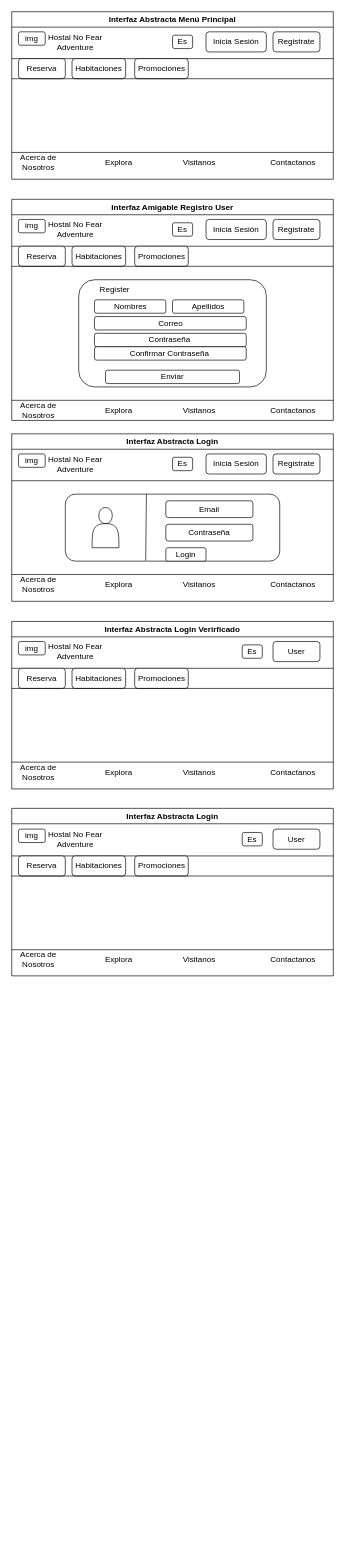
Joel4670/prueba1 keeps this draw.io diagram as Abstract.drawio. Above is the earlier version. Source tidied: cells renumbered, new cells numbered last; positions are measured from the earlier drawing's top-left corner, leaving out a move shared by most shapes. Both pictures are drawn from the tidied source at 67%, with x=0, y=0 at pixel (11, 11).
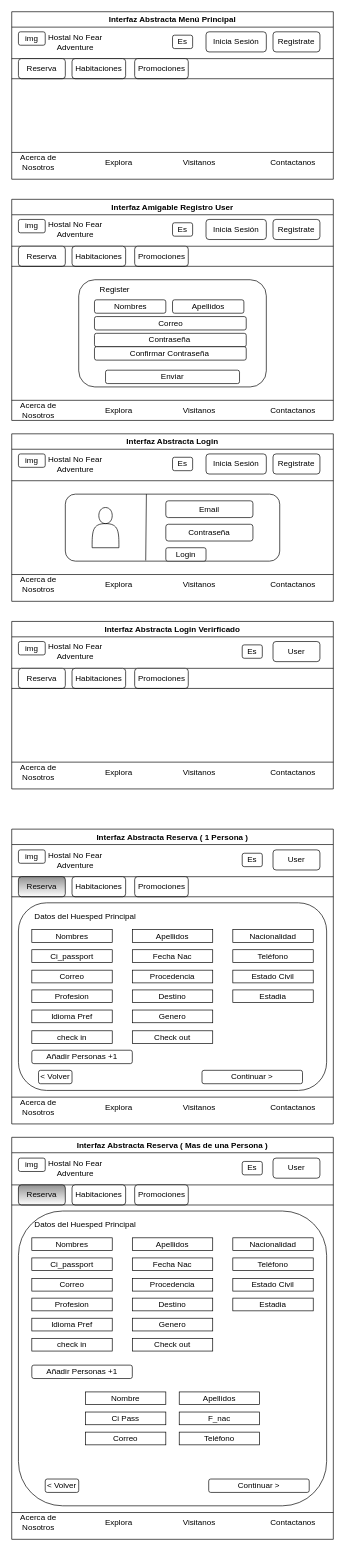
After the change.

What changed in the source:
```diff
@@
-    <mxCell id="51" value="Interfaz Abstracta Login" style="swimlane;whiteSpace=wrap;html=1;" parent="1" vertex="1">
-      <mxGeometry y="1189" width="480" height="250" as="geometry" />
+    <mxCell id="51" value="Interfaz Abstracta Reserva ( 1 Persona )" style="swimlane;whiteSpace=wrap;html=1;" parent="1" vertex="1">
+      <mxGeometry y="1220" width="480" height="440" as="geometry" />
     </mxCell>
-    <mxCell id="52" value="Acerca de Nosotros" style="text;html=1;align=center;verticalAlign=middle;whiteSpace=wrap;rounded=0;" parent="51" vertex="1">
-      <mxGeometry x="10" y="211" width="60" height="30" as="geometry" />
-    </mxCell>
-    <mxCell id="53" value="Explora" style="text;html=1;align=center;verticalAlign=middle;whiteSpace=wrap;rounded=0;" parent="51" vertex="1">
-      <mxGeometry x="130" y="211" width="60" height="30" as="geometry" />
-    </mxCell>
-    <mxCell id="54" value="Visitanos" style="text;html=1;align=center;verticalAlign=middle;whiteSpace=wrap;rounded=0;" parent="51" vertex="1">
-      <mxGeometry x="250" y="211" width="60" height="30" as="geometry" />
-    </mxCell>
-    <mxCell id="55" value="Contactanos" style="text;html=1;align=center;verticalAlign=middle;whiteSpace=wrap;rounded=0;" parent="51" vertex="1">
-      <mxGeometry x="390" y="211" width="60" height="30" as="geometry" />
-    </mxCell>
@@
-    <mxCell id="61" value="Reserva" style="rounded=1;whiteSpace=wrap;html=1;" parent="51" vertex="1">
+    <mxCell id="61" value="Reserva" style="rounded=1;whiteSpace=wrap;html=1;gradientColor=#929292;gradientDirection=north;" parent="51" vertex="1">
       <mxGeometry x="10" y="71" width="70" height="30" as="geometry" />
     </mxCell>
@@
+    <mxCell id="65" style="endArrow=none;html=1;rounded=0;" parent="51" edge="1">
+      <mxGeometry relative="1" as="geometry">
+        <mxPoint y="101" as="sourcePoint" />
+        <mxPoint x="480" y="101" as="targetPoint" />
+      </mxGeometry>
+    </mxCell>
+    <mxCell id="90" style="rounded=1;whiteSpace=wrap;html=1;" parent="51" vertex="1">
+      <mxGeometry x="10" y="110" width="460" height="280" as="geometry" />
+    </mxCell>
+    <mxCell id="91" value="Datos del Huesped Principal" style="text;html=1;align=center;verticalAlign=middle;whiteSpace=wrap;rounded=0;" parent="51" vertex="1">
+      <mxGeometry x="20" y="120" width="180" height="19" as="geometry" />
+    </mxCell>
+    <mxCell id="92" value="Nombres" style="rounded=0;whiteSpace=wrap;html=1;" parent="51" vertex="1">
+      <mxGeometry x="30" y="150" width="120" height="19" as="geometry" />
+    </mxCell>
+    <mxCell id="93" value="Apellidos" style="rounded=0;whiteSpace=wrap;html=1;" parent="51" vertex="1">
+      <mxGeometry x="180" y="150" width="120" height="19" as="geometry" />
+    </mxCell>
+    <mxCell id="94" value="Nacionalidad" style="rounded=0;whiteSpace=wrap;html=1;" parent="51" vertex="1">
+      <mxGeometry x="330" y="150" width="120" height="19" as="geometry" />
+    </mxCell>
+    <mxCell id="95" value="Ci_passport" style="rounded=0;whiteSpace=wrap;html=1;" parent="51" vertex="1">
+      <mxGeometry x="30" y="180" width="120" height="19" as="geometry" />
+    </mxCell>
+    <mxCell id="96" value="Fecha Nac" style="rounded=0;whiteSpace=wrap;html=1;" parent="51" vertex="1">
+      <mxGeometry x="180" y="180" width="120" height="19" as="geometry" />
+    </mxCell>
+    <mxCell id="97" value="Teléfono" style="rounded=0;whiteSpace=wrap;html=1;" parent="51" vertex="1">
+      <mxGeometry x="330" y="180" width="120" height="19" as="geometry" />
+    </mxCell>
+    <mxCell id="98" value="Correo" style="rounded=0;whiteSpace=wrap;html=1;" parent="51" vertex="1">
+      <mxGeometry x="30" y="210.5" width="120" height="19" as="geometry" />
+    </mxCell>
+    <mxCell id="99" value="Procedencia" style="rounded=0;whiteSpace=wrap;html=1;" parent="51" vertex="1">
+      <mxGeometry x="180" y="210.5" width="120" height="19" as="geometry" />
+    </mxCell>
+    <mxCell id="100" value="Estado Civil" style="rounded=0;whiteSpace=wrap;html=1;" parent="51" vertex="1">
+      <mxGeometry x="330" y="210.5" width="120" height="19" as="geometry" />
+    </mxCell>
+    <mxCell id="101" value="Profesion" style="rounded=0;whiteSpace=wrap;html=1;" parent="51" vertex="1">
+      <mxGeometry x="30" y="240" width="120" height="19" as="geometry" />
+    </mxCell>
+    <mxCell id="102" value="Destino" style="rounded=0;whiteSpace=wrap;html=1;" parent="51" vertex="1">
+      <mxGeometry x="180" y="240" width="120" height="19" as="geometry" />
+    </mxCell>
+    <mxCell id="103" value="Estadi&lt;span style=&quot;white-space: pre;&quot;&gt;a&lt;/span&gt;" style="rounded=0;whiteSpace=wrap;html=1;" parent="51" vertex="1">
+      <mxGeometry x="330" y="240" width="120" height="19" as="geometry" />
+    </mxCell>
+    <mxCell id="104" value="Idioma Pref" style="rounded=0;whiteSpace=wrap;html=1;" parent="51" vertex="1">
+      <mxGeometry x="30" y="270" width="120" height="19" as="geometry" />
+    </mxCell>
+    <mxCell id="105" value="Genero" style="rounded=0;whiteSpace=wrap;html=1;" parent="51" vertex="1">
+      <mxGeometry x="180" y="270" width="120" height="19" as="geometry" />
+    </mxCell>
+    <mxCell id="106" value="&amp;lt; Volver" style="rounded=1;whiteSpace=wrap;html=1;" parent="51" vertex="1">
+      <mxGeometry x="40" y="360" width="50" height="20" as="geometry" />
+    </mxCell>
+    <mxCell id="107" value="Añadir Personas +1" style="rounded=1;whiteSpace=wrap;html=1;" parent="51" vertex="1">
+      <mxGeometry x="30" y="330" width="150" height="20" as="geometry" />
+    </mxCell>
+    <mxCell id="108" value="Continuar &amp;gt;" style="rounded=1;whiteSpace=wrap;html=1;" parent="51" vertex="1">
+      <mxGeometry x="284" y="360" width="150" height="20" as="geometry" />
+    </mxCell>
+    <mxCell id="53" value="Explora" style="text;html=1;align=center;verticalAlign=middle;whiteSpace=wrap;rounded=0;" parent="51" vertex="1">
+      <mxGeometry x="130" y="400" width="60" height="30" as="geometry" />
+    </mxCell>
+    <mxCell id="54" value="Visitanos" style="text;html=1;align=center;verticalAlign=middle;whiteSpace=wrap;rounded=0;" parent="51" vertex="1">
+      <mxGeometry x="250" y="400" width="60" height="30" as="geometry" />
+    </mxCell>
+    <mxCell id="55" value="Contactanos" style="text;html=1;align=center;verticalAlign=middle;whiteSpace=wrap;rounded=0;" parent="51" vertex="1">
+      <mxGeometry x="390" y="400" width="60" height="30" as="geometry" />
+    </mxCell>
+    <mxCell id="52" value="Acerca de Nosotros" style="text;html=1;align=center;verticalAlign=middle;whiteSpace=wrap;rounded=0;" parent="51" vertex="1">
+      <mxGeometry x="10" y="400" width="60" height="30" as="geometry" />
+    </mxCell>
     <mxCell id="64" style="endArrow=none;html=1;rounded=0;" parent="51" edge="1">
       <mxGeometry relative="1" as="geometry">
-        <mxPoint y="211" as="sourcePoint" />
-        <mxPoint x="480" y="211" as="targetPoint" />
+        <mxPoint y="400" as="sourcePoint" />
+        <mxPoint x="480" y="400" as="targetPoint" />
       </mxGeometry>
     </mxCell>
-    <mxCell id="65" style="endArrow=none;html=1;rounded=0;" parent="51" edge="1">
-      <mxGeometry relative="1" as="geometry">
-        <mxPoint y="101" as="sourcePoint" />
-        <mxPoint x="480" y="101" as="targetPoint" />
-      </mxGeometry>
-    </mxCell>
+    <mxCell id="109" value="check in" style="rounded=0;whiteSpace=wrap;html=1;" parent="51" vertex="1">
+      <mxGeometry x="30" y="301" width="120" height="19" as="geometry" />
+    </mxCell>
+    <mxCell id="110" value="Check out" style="rounded=0;whiteSpace=wrap;html=1;" parent="51" vertex="1">
+      <mxGeometry x="180" y="301" width="120" height="19" as="geometry" />
+    </mxCell>
@@
+    <mxCell id="111" value="Interfaz Abstracta Reserva ( Mas de una Persona )" style="swimlane;whiteSpace=wrap;html=1;" parent="1" vertex="1">
+      <mxGeometry y="1680" width="480" height="600" as="geometry" />
+    </mxCell>
+    <mxCell id="112" value="Hostal No Fear Adventure" style="text;html=1;align=center;verticalAlign=middle;whiteSpace=wrap;rounded=0;" parent="111" vertex="1">
+      <mxGeometry x="40" y="31" width="110" height="30" as="geometry" />
+    </mxCell>
+    <mxCell id="113" value="img" style="rounded=1;whiteSpace=wrap;html=1;" parent="111" vertex="1">
+      <mxGeometry x="10" y="31" width="40" height="20" as="geometry" />
+    </mxCell>
+    <mxCell id="114" value="Es" style="rounded=1;whiteSpace=wrap;html=1;" parent="111" vertex="1">
+      <mxGeometry x="344" y="36" width="30" height="20" as="geometry" />
+    </mxCell>
+    <mxCell id="115" value="User" style="rounded=1;whiteSpace=wrap;html=1;" parent="111" vertex="1">
+      <mxGeometry x="390" y="31" width="70" height="30" as="geometry" />
+    </mxCell>
+    <mxCell id="116" style="endArrow=none;html=1;rounded=0;" parent="111" edge="1">
+      <mxGeometry relative="1" as="geometry">
+        <mxPoint y="71" as="sourcePoint" />
+        <mxPoint x="480" y="71" as="targetPoint" />
+      </mxGeometry>
+    </mxCell>
+    <mxCell id="117" value="Reserva" style="rounded=1;whiteSpace=wrap;html=1;gradientColor=#929292;gradientDirection=north;" parent="111" vertex="1">
+      <mxGeometry x="10" y="71" width="70" height="30" as="geometry" />
+    </mxCell>
+    <mxCell id="118" value="Habitaciones" style="rounded=1;whiteSpace=wrap;html=1;" parent="111" vertex="1">
+      <mxGeometry x="90" y="71" width="80" height="30" as="geometry" />
+    </mxCell>
+    <mxCell id="119" value="Promociones" style="rounded=1;whiteSpace=wrap;html=1;" parent="111" vertex="1">
+      <mxGeometry x="183.5" y="71" width="80" height="30" as="geometry" />
+    </mxCell>
+    <mxCell id="120" style="endArrow=none;html=1;rounded=0;" parent="111" edge="1">
+      <mxGeometry relative="1" as="geometry">
+        <mxPoint y="101" as="sourcePoint" />
+        <mxPoint x="480" y="101" as="targetPoint" />
+      </mxGeometry>
+    </mxCell>
+    <mxCell id="121" style="rounded=1;whiteSpace=wrap;html=1;" parent="111" vertex="1">
+      <mxGeometry x="10" y="110" width="460" height="440" as="geometry" />
+    </mxCell>
+    <mxCell id="122" value="Datos del Huesped Principal" style="text;html=1;align=center;verticalAlign=middle;whiteSpace=wrap;rounded=0;" parent="111" vertex="1">
+      <mxGeometry x="20" y="120" width="180" height="19" as="geometry" />
+    </mxCell>
+    <mxCell id="123" value="Nombres" style="rounded=0;whiteSpace=wrap;html=1;" parent="111" vertex="1">
+      <mxGeometry x="30" y="150" width="120" height="19" as="geometry" />
+    </mxCell>
+    <mxCell id="124" value="Apellidos" style="rounded=0;whiteSpace=wrap;html=1;" parent="111" vertex="1">
+      <mxGeometry x="180" y="150" width="120" height="19" as="geometry" />
+    </mxCell>
+    <mxCell id="125" value="Nacionalidad" style="rounded=0;whiteSpace=wrap;html=1;" parent="111" vertex="1">
+      <mxGeometry x="330" y="150" width="120" height="19" as="geometry" />
+    </mxCell>
+    <mxCell id="126" value="Ci_passport" style="rounded=0;whiteSpace=wrap;html=1;" parent="111" vertex="1">
+      <mxGeometry x="30" y="180" width="120" height="19" as="geometry" />
+    </mxCell>
+    <mxCell id="127" value="Fecha Nac" style="rounded=0;whiteSpace=wrap;html=1;" parent="111" vertex="1">
+      <mxGeometry x="180" y="180" width="120" height="19" as="geometry" />
+    </mxCell>
+    <mxCell id="128" value="Teléfono" style="rounded=0;whiteSpace=wrap;html=1;" parent="111" vertex="1">
+      <mxGeometry x="330" y="180" width="120" height="19" as="geometry" />
+    </mxCell>
+    <mxCell id="129" value="Correo" style="rounded=0;whiteSpace=wrap;html=1;" parent="111" vertex="1">
+      <mxGeometry x="30" y="210.5" width="120" height="19" as="geometry" />
+    </mxCell>
+    <mxCell id="130" value="Procedencia" style="rounded=0;whiteSpace=wrap;html=1;" parent="111" vertex="1">
+      <mxGeometry x="180" y="210.5" width="120" height="19" as="geometry" />
+    </mxCell>
+    <mxCell id="131" value="Estado Civil" style="rounded=0;whiteSpace=wrap;html=1;" parent="111" vertex="1">
+      <mxGeometry x="330" y="210.5" width="120" height="19" as="geometry" />
+    </mxCell>
+    <mxCell id="132" value="Profesion" style="rounded=0;whiteSpace=wrap;html=1;" parent="111" vertex="1">
+      <mxGeometry x="30" y="240" width="120" height="19" as="geometry" />
+    </mxCell>
+    <mxCell id="133" value="Destino" style="rounded=0;whiteSpace=wrap;html=1;" parent="111" vertex="1">
+      <mxGeometry x="180" y="240" width="120" height="19" as="geometry" />
+    </mxCell>
+    <mxCell id="134" value="Estadi&lt;span style=&quot;white-space: pre;&quot;&gt;a&lt;/span&gt;" style="rounded=0;whiteSpace=wrap;html=1;" parent="111" vertex="1">
+      <mxGeometry x="330" y="240" width="120" height="19" as="geometry" />
+    </mxCell>
+    <mxCell id="135" value="Idioma Pref" style="rounded=0;whiteSpace=wrap;html=1;" parent="111" vertex="1">
+      <mxGeometry x="30" y="270" width="120" height="19" as="geometry" />
+    </mxCell>
+    <mxCell id="136" value="Genero" style="rounded=0;whiteSpace=wrap;html=1;" parent="111" vertex="1">
+      <mxGeometry x="180" y="270" width="120" height="19" as="geometry" />
+    </mxCell>
+    <mxCell id="137" value="&amp;lt; Volver" style="rounded=1;whiteSpace=wrap;html=1;" parent="111" vertex="1">
+      <mxGeometry x="50" y="510" width="50" height="20" as="geometry" />
+    </mxCell>
+    <mxCell id="138" value="Añadir Personas +1" style="rounded=1;whiteSpace=wrap;html=1;" parent="111" vertex="1">
+      <mxGeometry x="30" y="340" width="150" height="20" as="geometry" />
+    </mxCell>
+    <mxCell id="139" value="Continuar &amp;gt;" style="rounded=1;whiteSpace=wrap;html=1;" parent="111" vertex="1">
+      <mxGeometry x="294" y="510" width="150" height="20" as="geometry" />
+    </mxCell>
+    <mxCell id="140" value="Explora" style="text;html=1;align=center;verticalAlign=middle;whiteSpace=wrap;rounded=0;" parent="111" vertex="1">
+      <mxGeometry x="130" y="560" width="60" height="30" as="geometry" />
+    </mxCell>
+    <mxCell id="141" value="Visitanos" style="text;html=1;align=center;verticalAlign=middle;whiteSpace=wrap;rounded=0;" parent="111" vertex="1">
+      <mxGeometry x="250" y="560" width="60" height="30" as="geometry" />
+    </mxCell>
+    <mxCell id="142" value="Contactanos" style="text;html=1;align=center;verticalAlign=middle;whiteSpace=wrap;rounded=0;" parent="111" vertex="1">
+      <mxGeometry x="390" y="560" width="60" height="30" as="geometry" />
+    </mxCell>
+    <mxCell id="143" value="Acerca de Nosotros" style="text;html=1;align=center;verticalAlign=middle;whiteSpace=wrap;rounded=0;" parent="111" vertex="1">
+      <mxGeometry x="10" y="560" width="60" height="30" as="geometry" />
+    </mxCell>
+    <mxCell id="144" style="endArrow=none;html=1;rounded=0;" parent="111" edge="1">
+      <mxGeometry relative="1" as="geometry">
+        <mxPoint y="560" as="sourcePoint" />
+        <mxPoint x="480" y="560" as="targetPoint" />
+      </mxGeometry>
+    </mxCell>
+    <mxCell id="145" value="check in" style="rounded=0;whiteSpace=wrap;html=1;" parent="111" vertex="1">
+      <mxGeometry x="30" y="300" width="120" height="19" as="geometry" />
+    </mxCell>
+    <mxCell id="146" value="Check out" style="rounded=0;whiteSpace=wrap;html=1;" parent="111" vertex="1">
+      <mxGeometry x="180" y="300" width="120" height="19" as="geometry" />
+    </mxCell>
+    <mxCell id="147" value="Nombre" style="rounded=0;whiteSpace=wrap;html=1;" parent="111" vertex="1">
+      <mxGeometry x="110" y="380" width="120" height="19" as="geometry" />
+    </mxCell>
+    <mxCell id="148" value="Apellidos" style="rounded=0;whiteSpace=wrap;html=1;" parent="111" vertex="1">
+      <mxGeometry x="250" y="380" width="120" height="19" as="geometry" />
+    </mxCell>
+    <mxCell id="149" value="Ci Pass" style="rounded=0;whiteSpace=wrap;html=1;" parent="111" vertex="1">
+      <mxGeometry x="110" y="410" width="120" height="19" as="geometry" />
+    </mxCell>
+    <mxCell id="150" value="F_nac" style="rounded=0;whiteSpace=wrap;html=1;" parent="111" vertex="1">
+      <mxGeometry x="250" y="410" width="120" height="19" as="geometry" />
+    </mxCell>
+    <mxCell id="151" value="Teléfono" style="rounded=0;whiteSpace=wrap;html=1;" parent="111" vertex="1">
+      <mxGeometry x="250" y="440" width="120" height="19" as="geometry" />
+    </mxCell>
+    <mxCell id="152" value="Correo" style="rounded=0;whiteSpace=wrap;html=1;" parent="111" vertex="1">
+      <mxGeometry x="110" y="440" width="120" height="19" as="geometry" />
+    </mxCell>
```
